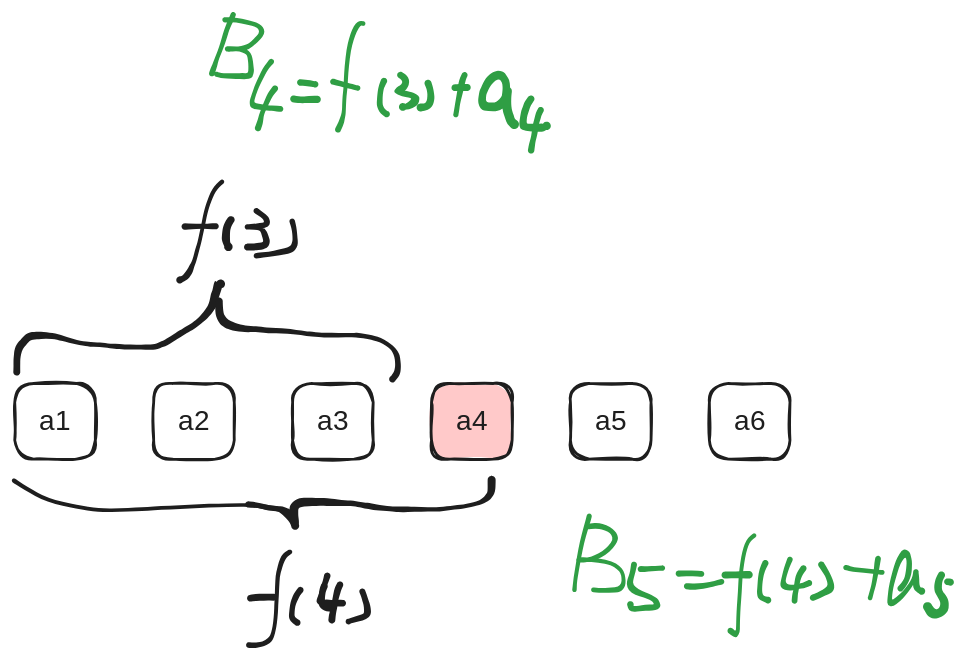
rainboyOJ/rbook_nunjucks keeps this Excalidraw diagram as book/math/images/set-two-number-max.excalidraw.svg. Above is the earlier version. Source tidied: one line per element, renumbered; positions are measured from the earlier drawing's top-left corner, leaving out a move shared by most shapes.
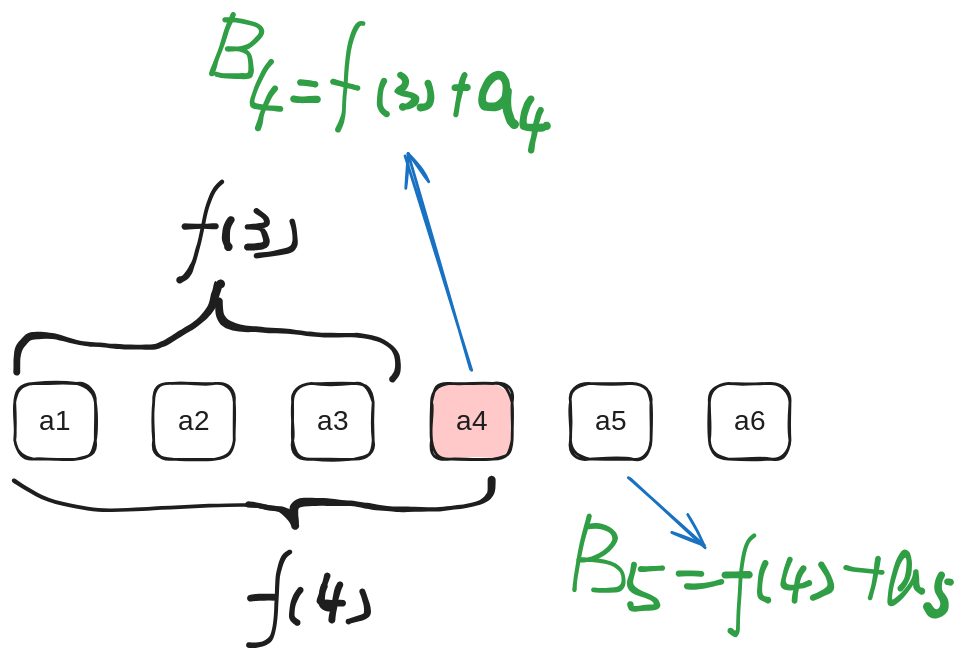
Above is the later version.

Diff of the diagram source:
```diff
@@ -59,3 +59,5 @@
 {"id": 58, "type": "freedraw", "strokeColor": "#2f9e44", "strokeWidth": 1, "roughness": 1, "x": 633, "y": 410, "width": 23, "height": 38, "points": [[0, 0], [1, -1], [3, -4], [4, -5], [6, -9], [6, -11], [6, -14], [6, -19], [6, -23], [5, -26], [4, -27], [3, -27], [1, -25], [-3, -18], [-4, -12], [-7, 0], [-8, 5], [-8, 9], [-8, 11], [-8, 12], [-7, 12], [-7, 12], [-5, 11], [2, 5], [5, 1], [8, -3], [11, -8], [11, -11], [11, -12], [11, -13], [11, -11], [11, -9], [11, -6], [11, -3], [11, -1], [11, 0], [12, 1], [13, 2], [14, 2], [16, 2], [16, 2]]}
 {"id": 59, "type": "freedraw", "strokeColor": "#2f9e44", "strokeWidth": 1, "roughness": 1, "x": 663, "y": 401, "width": 12, "height": 28, "points": [[0, 0], [0, 0], [-1, 0], [-2, 2], [-3, 5], [-3, 7], [-3, 8], [-3, 10], [-2, 14], [0, 15], [1, 16], [1, 17], [2, 18], [2, 19], [2, 20], [2, 22], [2, 23], [2, 25], [2, 25], [1, 26], [-2, 28], [-3, 28], [-4, 28], [-5, 28], [-6, 28], [-7, 28], [-8, 26], [-9, 24], [-10, 24], [-10, 22], [-10, 22]]}
 {"id": 60, "type": "freedraw", "strokeColor": "#2f9e44", "strokeWidth": 1, "roughness": 1, "x": 667, "y": 406, "width": 5, "height": 1, "points": [[0, 0], [1, 0], [2, 0], [3, 0], [4, 0], [5, 0], [5, 1], [0, 0]]}
+{"id": 61, "type": "arrow", "strokeColor": "#1971c2", "strokeWidth": 2, "roughness": 1, "endArrowhead": "arrow", "round": true, "from": 6, "x": 326, "y": 254, "width": 45, "height": 154, "points": [[0, 0], [-45, -154]]}
+{"id": 62, "type": "arrow", "strokeColor": "#1971c2", "strokeWidth": 2, "roughness": 1, "endArrowhead": "arrow", "round": true, "from": 8, "x": 441, "y": 331, "width": 53, "height": 49, "points": [[0, 0], [53, 49]]}
```
